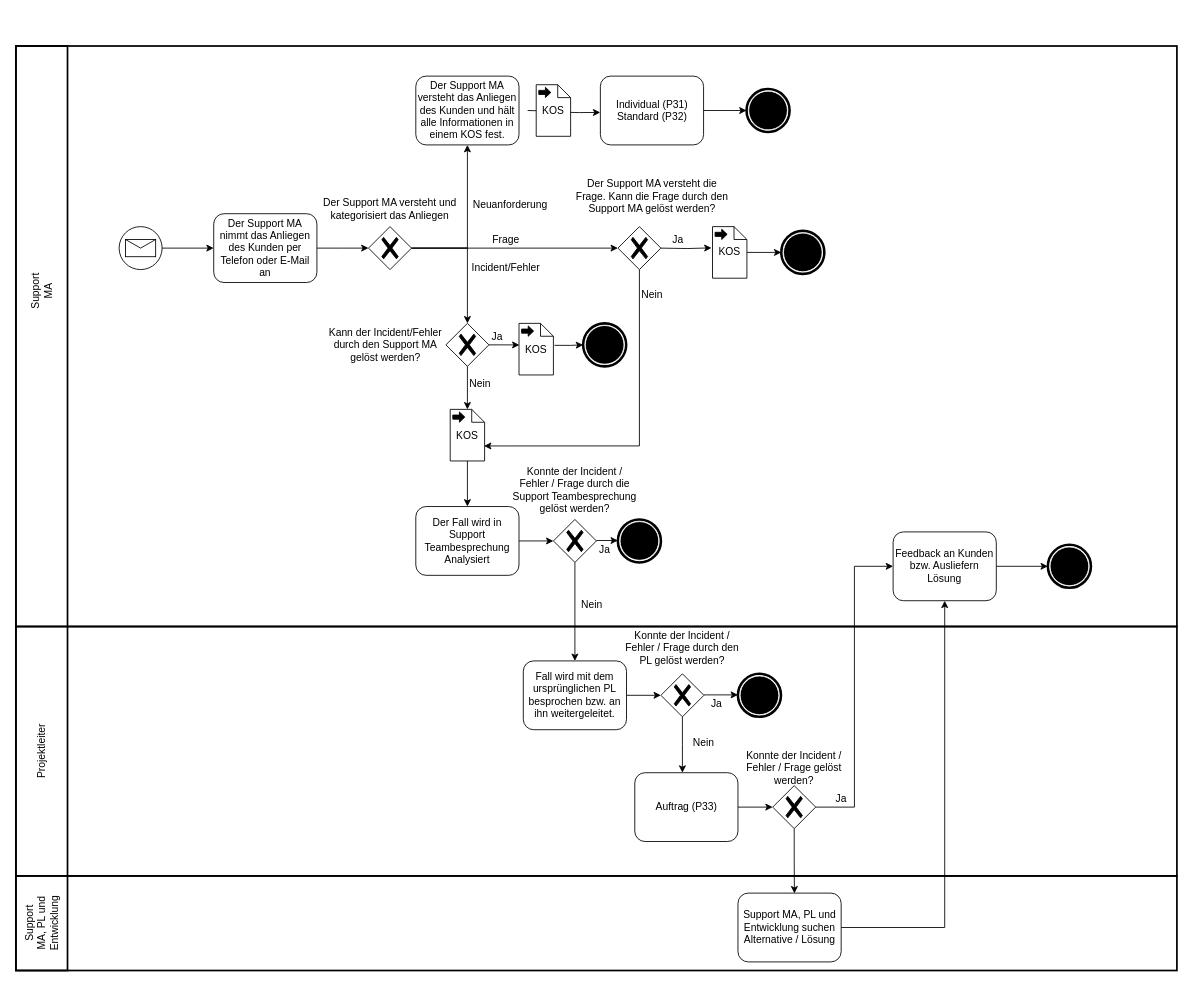
Mario-Soller/M254 keeps this draw.io diagram as Diagramme/bpmn_ist.drawio. Above is the earlier version. Source tidied: cells renumbered, new cells numbered last; positions are measured from the earlier drawing's top-left corner, leaving out a move shared by most shapes. Both pictures are drawn from the tidied source at 86%, with x=0, y=0 at pixel (15, 46).
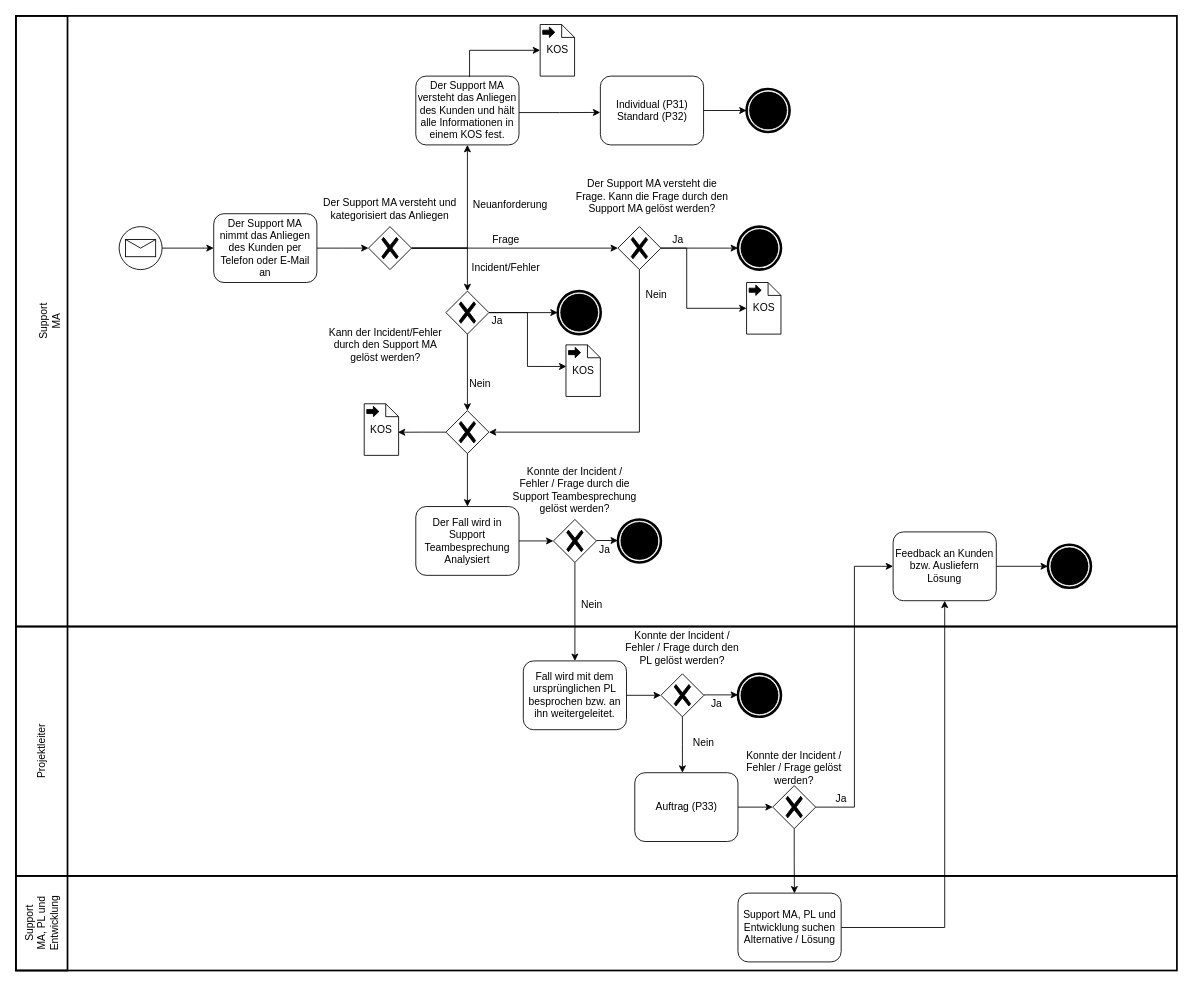
The same diagram, later.

The change refers to these unchanged cells:
```xml
<mxCell id="14" value="Individual (P31)&lt;br&gt;Standard (P32)" style="shape=ext;rounded=1;html=1;whiteSpace=wrap;" parent="1" vertex="1">
  <mxGeometry x="679.6" y="35" width="120" height="80" as="geometry" />
</mxCell>
<mxCell id="40" style="points=[[0.25,0.25,0],[0.5,0,0],[0.75,0.25,0],[1,0.5,0],[0.75,0.75,0],[0.5,1,0],[0.25,0.75,0],[0,0.5,0]];shape=mxgraph.bpmn.gateway2;html=1;verticalLabelPosition=bottom;labelBackgroundColor=#ffffff;verticalAlign=top;align=center;perimeter=rhombusPerimeter;outlineConnect=0;outline=none;symbol=none;gwType=exclusive;" parent="1" vertex="1">
  <mxGeometry x="700" y="210" width="50" height="50" as="geometry" />
</mxCell>
<mxCell id="41" value="Der Support MA versteht das Anliegen des Kunden und hält alle Informationen in einem KOS fest." style="shape=ext;rounded=1;html=1;whiteSpace=wrap;" parent="1" vertex="1">
  <mxGeometry x="465" y="35" width="120" height="80" as="geometry" />
</mxCell>
<mxCell id="45" value="Ja" style="text;html=1;strokeColor=none;fillColor=none;align=center;verticalAlign=middle;whiteSpace=wrap;rounded=0;" parent="1" vertex="1">
  <mxGeometry x="740" y="210" width="60" height="30" as="geometry" />
</mxCell>
<mxCell id="48" value="Der Fall wird in Support Teambesprechung Analysiert" style="shape=ext;rounded=1;html=1;whiteSpace=wrap;" parent="1" vertex="1">
  <mxGeometry x="465" y="535.5" width="120" height="80" as="geometry" />
</mxCell>
```

What changed in the source:
```diff
@@
+    <mxCell id="77" style="rounded=0;whiteSpace=wrap;html=1;fillColor=none;strokeWidth=2;" parent="1" vertex="1">
+      <mxGeometry y="-35" width="1350" height="710" as="geometry" />
+    </mxCell>
@@
     <mxCell id="7" value="Ja" style="text;html=1;strokeColor=none;fillColor=none;align=center;verticalAlign=middle;whiteSpace=wrap;rounded=0;" parent="1" vertex="1">
-      <mxGeometry x="530" y="322.5" width="60" height="30" as="geometry" />
+      <mxGeometry x="530" y="305" width="60" height="30" as="geometry" />
     </mxCell>
@@
-    <mxCell id="13" style="edgeStyle=orthogonalEdgeStyle;rounded=0;jettySize=auto;html=1;entryX=-0.001;entryY=0.528;entryDx=0;entryDy=0;exitX=1.01;exitY=0.532;exitDx=0;exitDy=0;exitPerimeter=0;entryPerimeter=0;" parent="1" edge="1" target="14">
-      <mxGeometry relative="1" as="geometry">
-        <mxPoint x="630" y="76.9" as="sourcePoint" />
-      </mxGeometry>
+    <mxCell id="13" style="edgeStyle=orthogonalEdgeStyle;rounded=0;jettySize=auto;html=1;entryX=-0.001;entryY=0.528;entryDx=0;entryDy=0;exitX=0.992;exitY=0.53;exitDx=0;exitDy=0;exitPerimeter=0;entryPerimeter=0;" parent="1" edge="1" source="41" target="14">
+      <mxGeometry relative="1" as="geometry" />
     </mxCell>
@@
-    <mxCell id="18" style="edgeStyle=orthogonalEdgeStyle;rounded=0;jettySize=auto;html=1;exitX=1.031;exitY=0.426;exitDx=0;exitDy=0;exitPerimeter=0;" parent="1" edge="1" source="19" target="20">
+    <mxCell id="18" style="edgeStyle=orthogonalEdgeStyle;rounded=0;jettySize=auto;html=1;exitX=1;exitY=0.5;exitDx=0;exitDy=0;exitPerimeter=0;" parent="1" edge="1" source="26" target="20">
       <mxGeometry relative="1" as="geometry" />
     </mxCell>
     <mxCell id="19" style="shape=mxgraph.bpmn.data;labelPosition=center;verticalLabelPosition=bottom;align=center;verticalAlign=top;whiteSpace=wrap;size=15;html=1;bpmnTransferType=output;" parent="1" vertex="1">
-      <mxGeometry x="585" y="322.5" width="40" height="60" as="geometry" />
+      <mxGeometry x="639.6" y="347.5" width="40" height="60" as="geometry" />
     </mxCell>
     <mxCell id="20" style="points=[[0.145,0.145,0],[0.5,0,0],[0.855,0.145,0],[1,0.5,0],[0.855,0.855,0],[0.5,1,0],[0.145,0.855,0],[0,0.5,0]];shape=mxgraph.bpmn.event;html=1;verticalLabelPosition=bottom;labelBackgroundColor=#ffffff;verticalAlign=top;align=center;perimeter=ellipsePerimeter;outlineConnect=0;outline=end;symbol=terminate;" parent="1" vertex="1">
-      <mxGeometry x="659.6" y="322.5" width="50" height="50" as="geometry" />
+      <mxGeometry x="630" y="285" width="50" height="50" as="geometry" />
     </mxCell>
     <mxCell id="21" value="KOS" style="text;html=1;strokeColor=none;fillColor=none;align=center;verticalAlign=middle;whiteSpace=wrap;rounded=0;" parent="1" vertex="1">
-      <mxGeometry x="590" y="337.5" width="30" height="30" as="geometry" />
+      <mxGeometry x="644.6" y="362.5" width="30" height="30" as="geometry" />
     </mxCell>
@@
-    <mxCell id="24" style="edgeStyle=orthogonalEdgeStyle;rounded=0;jettySize=auto;html=1;entryX=0.5;entryY=0;entryDx=0;entryDy=0;entryPerimeter=0;" parent="1" edge="1" source="26" target="29">
-      <mxGeometry relative="1" as="geometry" />
-    </mxCell>
@@
+    <mxCell id="84" style="edgeStyle=orthogonalEdgeStyle;rounded=0;jettySize=auto;html=1;entryX=0.5;entryY=0;entryDx=0;entryDy=0;entryPerimeter=0;" parent="1" edge="1" source="26" target="93">
+      <mxGeometry relative="1" as="geometry" />
+    </mxCell>
     <mxCell id="26" style="points=[[0.25,0.25,0],[0.5,0,0],[0.75,0.25,0],[1,0.5,0],[0.75,0.75,0],[0.5,1,0],[0.25,0.75,0],[0,0.5,0]];shape=mxgraph.bpmn.gateway2;html=1;verticalLabelPosition=bottom;labelBackgroundColor=#ffffff;verticalAlign=top;align=center;perimeter=rhombusPerimeter;outlineConnect=0;outline=none;symbol=none;gwType=exclusive;" parent="1" vertex="1">
-      <mxGeometry x="500" y="322.5" width="50" height="50" as="geometry" />
+      <mxGeometry x="500" y="285" width="50" height="50" as="geometry" />
     </mxCell>
@@
-    <mxCell id="28" style="edgeStyle=orthogonalEdgeStyle;rounded=0;jettySize=auto;html=1;entryX=0.5;entryY=0;entryDx=0;entryDy=0;" parent="1" edge="1" source="29" target="48">
+    <mxCell id="28" style="edgeStyle=orthogonalEdgeStyle;rounded=0;jettySize=auto;html=1;entryX=0.5;entryY=0;entryDx=0;entryDy=0;exitX=0.5;exitY=1;exitDx=0;exitDy=0;exitPerimeter=0;startArrow=none;" parent="1" edge="1" source="93" target="48">
       <mxGeometry relative="1" as="geometry" />
     </mxCell>
-    <mxCell id="29" style="shape=mxgraph.bpmn.data;labelPosition=center;verticalLabelPosition=bottom;align=center;verticalAlign=top;whiteSpace=wrap;size=15;html=1;bpmnTransferType=output;" parent="1" vertex="1">
-      <mxGeometry x="505" y="422.5" width="40" height="60" as="geometry" />
-    </mxCell>
-    <mxCell id="30" value="KOS" style="text;html=1;strokeColor=none;fillColor=none;align=center;verticalAlign=middle;whiteSpace=wrap;rounded=0;" parent="1" vertex="1">
-      <mxGeometry x="510" y="437.5" width="30" height="30" as="geometry" />
-    </mxCell>
-    <mxCell id="31" style="edgeStyle=orthogonalEdgeStyle;rounded=0;orthogonalLoop=1;jettySize=auto;html=1;exitX=0.5;exitY=1;exitDx=0;exitDy=0;" parent="1" edge="1" source="30" target="30">
-      <mxGeometry relative="1" as="geometry" />
+    <mxCell id="31" style="edgeStyle=orthogonalEdgeStyle;rounded=0;orthogonalLoop=1;jettySize=auto;html=1;exitX=0.5;exitY=1;exitDx=0;exitDy=0;" parent="1" edge="1">
+      <mxGeometry relative="1" as="geometry">
+        <mxPoint x="525" y="467.5" as="sourcePoint" />
+        <mxPoint x="525" y="467.5" as="targetPoint" />
+      </mxGeometry>
     </mxCell>
@@
-    <mxCell id="33" style="edgeStyle=orthogonalEdgeStyle;rounded=0;jettySize=auto;html=1;entryX=-0.029;entryY=0.412;entryDx=0;entryDy=0;entryPerimeter=0;" parent="1" edge="1" target="36">
+    <mxCell id="33" style="edgeStyle=orthogonalEdgeStyle;rounded=0;jettySize=auto;html=1;entryX=0;entryY=0.5;entryDx=0;entryDy=0;entryPerimeter=0;" parent="1" edge="1" target="88">
       <mxGeometry relative="1" as="geometry">
         <mxPoint x="750" y="235" as="sourcePoint" />
+        <Array as="points">
+          <mxPoint x="780" y="235" />
+          <mxPoint x="780" y="305" />
+        </Array>
       </mxGeometry>
     </mxCell>
@@
-    <mxCell id="35" style="edgeStyle=orthogonalEdgeStyle;rounded=0;jettySize=auto;html=1;" parent="1" edge="1" source="36" target="37">
+    <mxCell id="35" style="edgeStyle=orthogonalEdgeStyle;rounded=0;jettySize=auto;html=1;exitX=0.166;exitY=0.833;exitDx=0;exitDy=0;exitPerimeter=0;" parent="1" edge="1" source="45" target="37">
       <mxGeometry relative="1" as="geometry" />
     </mxCell>
-    <mxCell id="36" style="shape=mxgraph.bpmn.data;labelPosition=center;verticalLabelPosition=bottom;align=center;verticalAlign=top;whiteSpace=wrap;size=15;html=1;bpmnTransferType=output;" parent="1" vertex="1">
-      <mxGeometry x="810" y="210" width="40" height="60" as="geometry" />
-    </mxCell>
     <mxCell id="37" style="points=[[0.145,0.145,0],[0.5,0,0],[0.855,0.145,0],[1,0.5,0],[0.855,0.855,0],[0.5,1,0],[0.145,0.855,0],[0,0.5,0]];shape=mxgraph.bpmn.event;html=1;verticalLabelPosition=bottom;labelBackgroundColor=#ffffff;verticalAlign=top;align=center;perimeter=ellipsePerimeter;outlineConnect=0;outline=end;symbol=terminate;" parent="1" vertex="1">
-      <mxGeometry x="890" y="215" width="50" height="50" as="geometry" />
+      <mxGeometry x="839.6" y="210" width="50" height="50" as="geometry" />
     </mxCell>
-    <mxCell id="38" value="KOS" style="text;html=1;strokeColor=none;fillColor=none;align=center;verticalAlign=middle;whiteSpace=wrap;rounded=0;" parent="1" vertex="1">
-      <mxGeometry x="815" y="225" width="30" height="30" as="geometry" />
-    </mxCell>
-    <mxCell id="39" style="edgeStyle=orthogonalEdgeStyle;rounded=0;jettySize=auto;html=1;entryX=0.983;entryY=0.709;entryDx=0;entryDy=0;entryPerimeter=0;" parent="1" edge="1" source="40" target="29">
-      <mxGeometry relative="1" as="geometry">
-        <Array as="points">
-          <mxPoint x="725" y="465" />
-        </Array>
-      </mxGeometry>
-    </mxCell>
+    <mxCell id="85" style="edgeStyle=orthogonalEdgeStyle;rounded=0;jettySize=auto;html=1;entryX=1;entryY=0.5;entryDx=0;entryDy=0;entryPerimeter=0;" parent="1" edge="1" source="40" target="93">
+      <mxGeometry relative="1" as="geometry">
+        <Array as="points">
+          <mxPoint x="725" y="449" />
+        </Array>
+      </mxGeometry>
+    </mxCell>
@@
-    <mxCell id="42" style="edgeStyle=orthogonalEdgeStyle;rounded=0;jettySize=auto;html=1;" parent="1" edge="1" target="43">
-      <mxGeometry relative="1" as="geometry">
-        <mxPoint x="595" y="75" as="sourcePoint" />
-      </mxGeometry>
+    <mxCell id="42" style="edgeStyle=orthogonalEdgeStyle;rounded=0;jettySize=auto;html=1;entryX=0;entryY=0.5;entryDx=0;entryDy=0;entryPerimeter=0;exitX=0.521;exitY=0.011;exitDx=0;exitDy=0;exitPerimeter=0;" parent="1" edge="1" source="41" target="86">
+      <mxGeometry relative="1" as="geometry" />
     </mxCell>
-    <mxCell id="43" style="shape=mxgraph.bpmn.data;labelPosition=center;verticalLabelPosition=bottom;align=center;verticalAlign=top;whiteSpace=wrap;size=15;html=1;bpmnTransferType=output;" parent="1" vertex="1">
-      <mxGeometry x="605" y="45" width="40" height="60" as="geometry" />
-    </mxCell>
-    <mxCell id="44" value="KOS" style="text;html=1;strokeColor=none;fillColor=none;align=center;verticalAlign=middle;whiteSpace=wrap;rounded=0;" parent="1" vertex="1">
-      <mxGeometry x="610" y="60" width="30" height="30" as="geometry" />
-    </mxCell>
@@
     <mxCell id="46" value="Nein" style="text;html=1;strokeColor=none;fillColor=none;align=center;verticalAlign=middle;whiteSpace=wrap;rounded=0;" parent="1" vertex="1">
-      <mxGeometry x="709.6" y="275" width="60" height="30" as="geometry" />
+      <mxGeometry x="714.6" y="275" width="60" height="30" as="geometry" />
     </mxCell>
@@
-    <mxCell id="77" style="rounded=0;whiteSpace=wrap;html=1;fillColor=none;strokeWidth=2;" parent="1" vertex="1">
-      <mxGeometry width="1350" height="675" as="geometry" />
-    </mxCell>
@@
     <mxCell id="79" style="rounded=0;whiteSpace=wrap;html=1;fillColor=none;strokeWidth=2;" parent="1" vertex="1">
-      <mxGeometry width="60" height="1075" as="geometry" />
+      <mxGeometry y="-35" width="60" height="1110" as="geometry" />
     </mxCell>
     <mxCell id="80" value="Support MA" style="text;html=1;strokeColor=none;fillColor=none;align=center;verticalAlign=middle;whiteSpace=wrap;rounded=0;direction=east;rotation=270;" parent="1" vertex="1">
-      <mxGeometry y="270" width="60" height="30" as="geometry" />
+      <mxGeometry x="10" y="305" width="60" height="30" as="geometry" />
     </mxCell>
@@
+    <mxCell id="86" style="shape=mxgraph.bpmn.data;labelPosition=center;verticalLabelPosition=bottom;align=center;verticalAlign=top;whiteSpace=wrap;size=15;html=1;bpmnTransferType=output;" parent="1" vertex="1">
+      <mxGeometry x="609.6" y="-25" width="40" height="60" as="geometry" />
+    </mxCell>
+    <mxCell id="87" value="KOS" style="text;html=1;strokeColor=none;fillColor=none;align=center;verticalAlign=middle;whiteSpace=wrap;rounded=0;" parent="1" vertex="1">
+      <mxGeometry x="614.6" y="-10" width="30" height="30" as="geometry" />
+    </mxCell>
+    <mxCell id="88" style="shape=mxgraph.bpmn.data;labelPosition=center;verticalLabelPosition=bottom;align=center;verticalAlign=top;whiteSpace=wrap;size=15;html=1;bpmnTransferType=output;" parent="1" vertex="1">
+      <mxGeometry x="849.6" y="275" width="40" height="60" as="geometry" />
+    </mxCell>
+    <mxCell id="89" value="KOS" style="text;html=1;strokeColor=none;fillColor=none;align=center;verticalAlign=middle;whiteSpace=wrap;rounded=0;" parent="1" vertex="1">
+      <mxGeometry x="854.6" y="290" width="30" height="30" as="geometry" />
+    </mxCell>
+    <mxCell id="90" style="shape=mxgraph.bpmn.data;labelPosition=center;verticalLabelPosition=bottom;align=center;verticalAlign=top;whiteSpace=wrap;size=15;html=1;bpmnTransferType=output;" parent="1" vertex="1">
+      <mxGeometry x="405" y="416" width="40" height="60" as="geometry" />
+    </mxCell>
+    <mxCell id="91" value="KOS" style="text;html=1;strokeColor=none;fillColor=none;align=center;verticalAlign=middle;whiteSpace=wrap;rounded=0;" parent="1" vertex="1">
+      <mxGeometry x="410" y="431" width="30" height="30" as="geometry" />
+    </mxCell>
+    <mxCell id="92" style="edgeStyle=orthogonalEdgeStyle;rounded=0;jettySize=auto;html=1;entryX=0.979;entryY=0.552;entryDx=0;entryDy=0;entryPerimeter=0;" parent="1" edge="1" source="93" target="90">
+      <mxGeometry relative="1" as="geometry" />
+    </mxCell>
+    <mxCell id="93" style="points=[[0.25,0.25,0],[0.5,0,0],[0.75,0.25,0],[1,0.5,0],[0.75,0.75,0],[0.5,1,0],[0.25,0.75,0],[0,0.5,0]];shape=mxgraph.bpmn.gateway2;html=1;verticalLabelPosition=bottom;labelBackgroundColor=#ffffff;verticalAlign=top;align=center;perimeter=rhombusPerimeter;outlineConnect=0;outline=none;symbol=none;gwType=exclusive;" parent="1" vertex="1">
+      <mxGeometry x="500" y="424" width="50" height="50" as="geometry" />
+    </mxCell>
```
